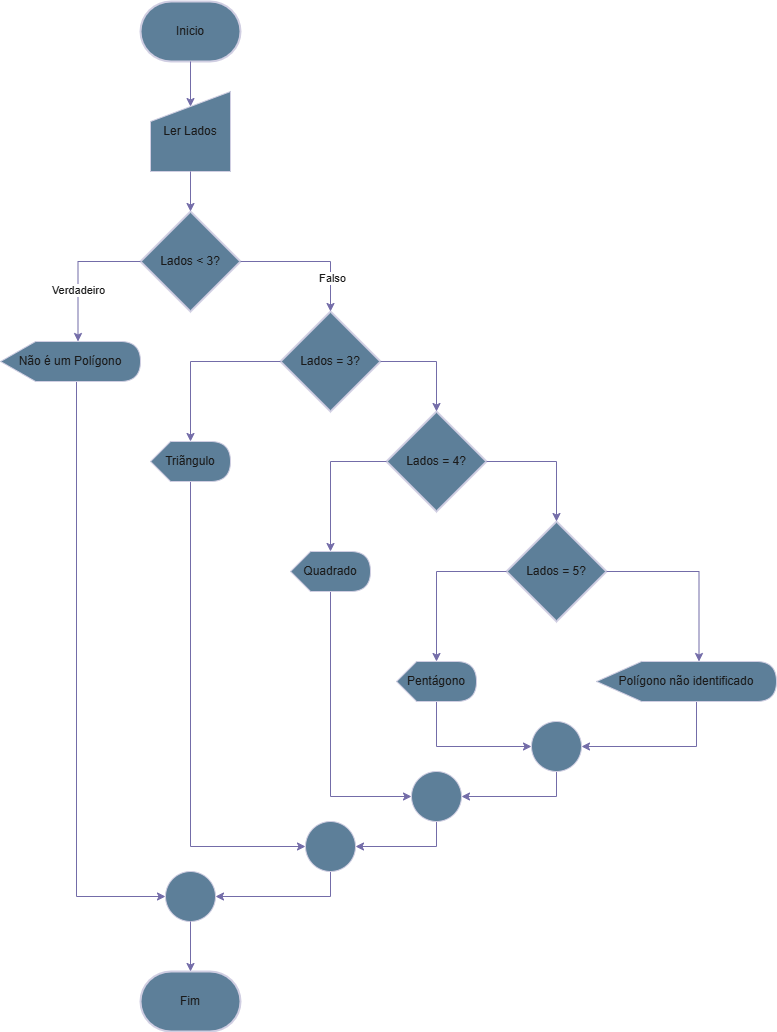
Earlier version of the draw.io export Diagramas/exercicios22.drawio.png (andrew-cdia/algoritmos-lista1). Source tidied: cells renumbered, new cells last; positions are measured from the earlier drawing's top-left corner, leaving out a move shared by most shapes.
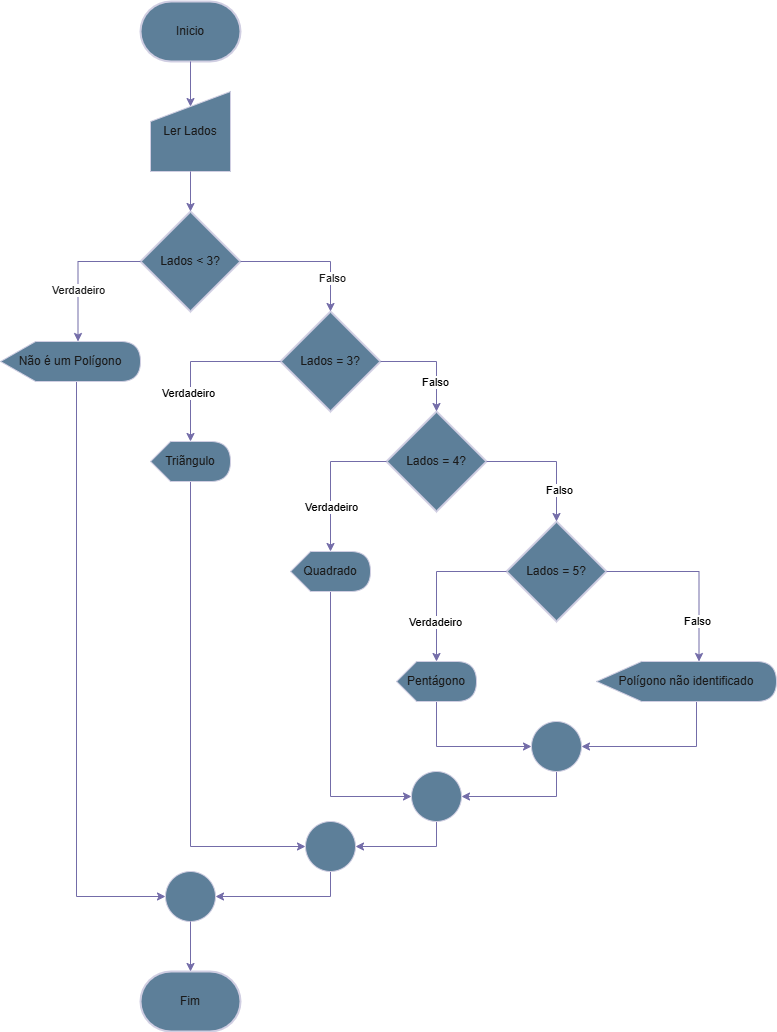
Above is the later version.

What changed in the source:
```diff
@@ -76,6 +76,9 @@
     <mxCell id="19" style="edgeStyle=orthogonalEdgeStyle;rounded=0;jettySize=auto;html=1;entryX=0;entryY=0;entryDx=40;entryDy=0;entryPerimeter=0;labelBackgroundColor=none;strokeColor=#736CA8;fontColor=default;" parent="1" edge="1" source="8" target="16">
       <mxGeometry relative="1" as="geometry" />
     </mxCell>
+    <mxCell id="39" value="Verdadeiro" style="edgeLabel;html=1;align=center;verticalAlign=middle;" parent="19" vertex="1">
+      <mxGeometry x="0.5" y="-2" relative="1" as="geometry" />
+    </mxCell>
     <mxCell id="20" style="edgeStyle=orthogonalEdgeStyle;rounded=0;jettySize=auto;html=1;entryX=0;entryY=0;entryDx=102.5;entryDy=0;entryPerimeter=0;labelBackgroundColor=none;strokeColor=#736CA8;fontColor=default;" parent="1" edge="1" source="8" target="18">
       <mxGeometry relative="1" as="geometry">
         <Array as="points">
@@ -83,6 +86,9 @@
         </Array>
       </mxGeometry>
     </mxCell>
+    <mxCell id="40" value="Falso" style="edgeLabel;html=1;align=center;verticalAlign=middle;" parent="20" vertex="1">
+      <mxGeometry x="0.55" y="-2" relative="1" as="geometry" />
+    </mxCell>
     <mxCell id="21" style="edgeStyle=orthogonalEdgeStyle;rounded=0;jettySize=auto;html=1;entryX=1;entryY=0.5;entryDx=0;entryDy=0;labelBackgroundColor=none;strokeColor=#736CA8;fontColor=default;" parent="1" edge="1" source="22" target="24">
       <mxGeometry relative="1" as="geometry">
         <Array as="points">
@@ -106,15 +112,27 @@
     <mxCell id="25" style="edgeStyle=orthogonalEdgeStyle;rounded=0;jettySize=auto;html=1;entryX=0;entryY=0;entryDx=40;entryDy=0;entryPerimeter=0;labelBackgroundColor=none;strokeColor=#736CA8;fontColor=default;" parent="1" edge="1" source="7" target="14">
       <mxGeometry relative="1" as="geometry" />
     </mxCell>
+    <mxCell id="41" value="Verdadeiro" style="edgeLabel;html=1;align=center;verticalAlign=middle;" parent="25" vertex="1">
+      <mxGeometry x="0.39" relative="1" as="geometry" />
+    </mxCell>
     <mxCell id="26" style="edgeStyle=orthogonalEdgeStyle;rounded=0;jettySize=auto;html=1;entryX=0.5;entryY=0;entryDx=0;entryDy=0;entryPerimeter=0;labelBackgroundColor=none;strokeColor=#736CA8;fontColor=default;" parent="1" edge="1" source="7" target="8">
       <mxGeometry relative="1" as="geometry" />
     </mxCell>
+    <mxCell id="42" value="Falso" style="edgeLabel;html=1;align=center;verticalAlign=middle;" parent="26" vertex="1">
+      <mxGeometry x="0.51" y="2" relative="1" as="geometry" />
+    </mxCell>
     <mxCell id="27" style="edgeStyle=orthogonalEdgeStyle;rounded=0;jettySize=auto;html=1;entryX=0.5;entryY=0;entryDx=0;entryDy=0;entryPerimeter=0;labelBackgroundColor=none;strokeColor=#736CA8;fontColor=default;" parent="1" edge="1" source="6" target="7">
       <mxGeometry relative="1" as="geometry" />
     </mxCell>
+    <mxCell id="43" value="Falso" style="edgeLabel;html=1;align=center;verticalAlign=middle;" parent="27" vertex="1">
+      <mxGeometry x="0.44" y="-2" relative="1" as="geometry" />
+    </mxCell>
     <mxCell id="28" style="edgeStyle=orthogonalEdgeStyle;rounded=0;jettySize=auto;html=1;entryX=0;entryY=0;entryDx=40;entryDy=0;entryPerimeter=0;labelBackgroundColor=none;strokeColor=#736CA8;fontColor=default;" parent="1" edge="1" source="6" target="12">
       <mxGeometry relative="1" as="geometry" />
     </mxCell>
+    <mxCell id="44" value="Verdadeiro" style="edgeLabel;html=1;align=center;verticalAlign=middle;" parent="28" vertex="1">
+      <mxGeometry x="0.43" y="-3" relative="1" as="geometry" />
+    </mxCell>
     <mxCell id="29" style="edgeStyle=orthogonalEdgeStyle;rounded=0;jettySize=auto;html=1;entryX=1;entryY=0.5;entryDx=0;entryDy=0;labelBackgroundColor=none;strokeColor=#736CA8;fontColor=default;" parent="1" edge="1" source="30" target="31">
       <mxGeometry relative="1" as="geometry">
         <Array as="points">
```
